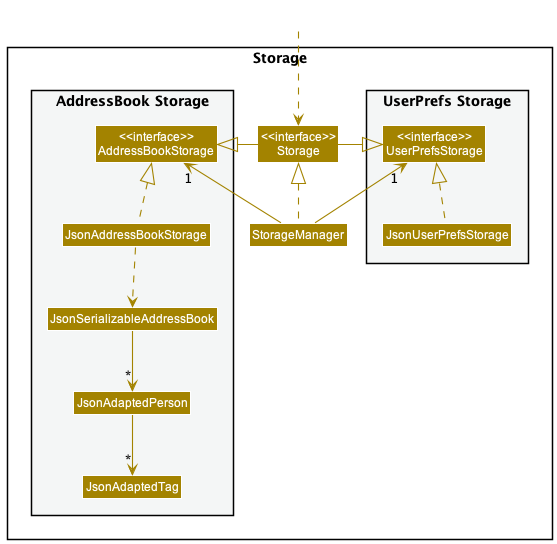
The PlantUML diagram docs/images/StorageClassDiagram.png in nus-cs2103-AY2223S2/tp, before a commit.
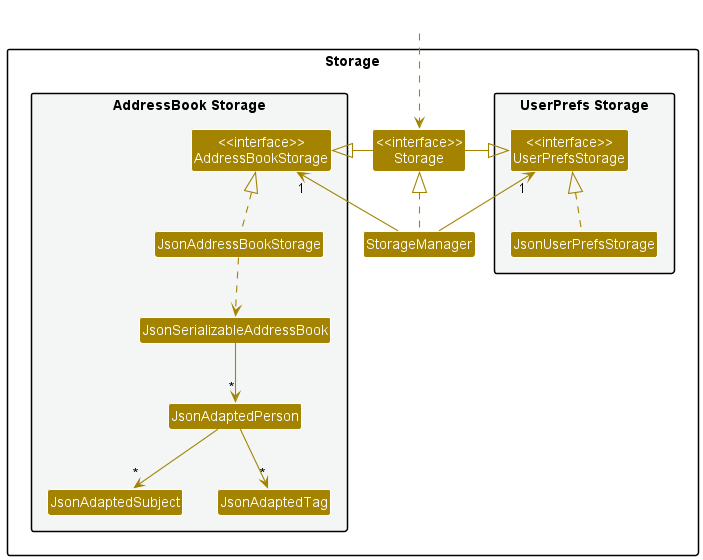
After the change.

Commit message:
Update class diagrams to include subject, education and remark

What changed in the source:
```diff
@@ -20,6 +20,7 @@
 Class JsonSerializableAddressBook
 Class JsonAdaptedPerson
 Class JsonAdaptedTag
+Class JsonAdaptedSubject
 }
 
 }
@@ -39,5 +40,6 @@
 JsonAddressBookStorage ..> JsonSerializableAddressBook
 JsonSerializableAddressBook --> "*" JsonAdaptedPerson
 JsonAdaptedPerson --> "*" JsonAdaptedTag
-
+JsonAdaptedPerson --> "*" JsonAdaptedSubject
+JsonAdaptedSubject -[hidden]right-> JsonAdaptedTag
 @enduml
```
